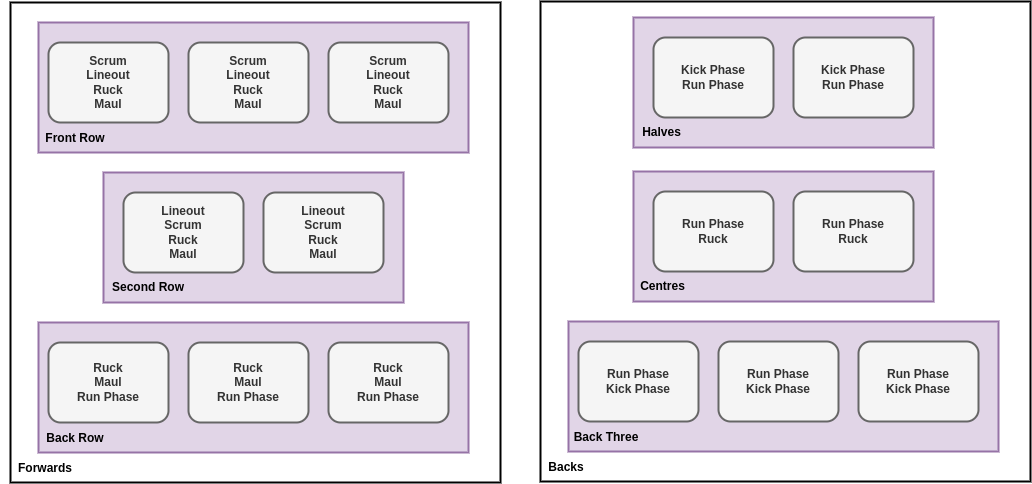
The draw.io diagram images/rugby-player-abilities.drawio.png in umbralcalc/worlds-of-observation, before a commit. Source tidied: cells renumbered, new cells last; positions are measured from the earlier drawing's top-left corner, leaving out a move shared by most shapes.
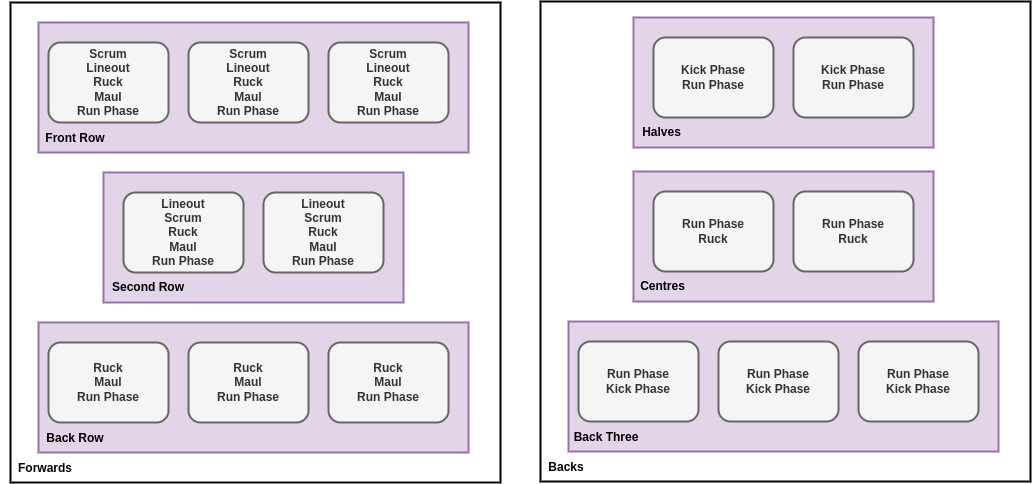
Later version of the same file.

What changed in the source:
```diff
@@ -11,13 +11,13 @@
     <mxCell id="4" value="&lt;b&gt;Front Row&lt;/b&gt;" style="text;html=1;strokeColor=none;fillColor=none;align=center;verticalAlign=middle;whiteSpace=wrap;rounded=0;" parent="1" vertex="1">
       <mxGeometry x="30" y="122" width="90" height="30" as="geometry" />
     </mxCell>
-    <mxCell id="5" value="&lt;b style=&quot;border-color: var(--border-color);&quot;&gt;Scrum&lt;br style=&quot;border-color: var(--border-color);&quot;&gt;Lineout&lt;br style=&quot;border-color: var(--border-color);&quot;&gt;Ruck&lt;br style=&quot;border-color: var(--border-color);&quot;&gt;Maul&lt;/b&gt;&lt;b&gt;&lt;br&gt;&lt;/b&gt;" style="rounded=1;whiteSpace=wrap;html=1;strokeWidth=2;fillColor=#f5f5f5;strokeColor=#666666;fontColor=#333333;" parent="1" vertex="1">
+    <mxCell id="5" value="&lt;b style=&quot;border-color: var(--border-color);&quot;&gt;Scrum&lt;br style=&quot;border-color: var(--border-color);&quot;&gt;Lineout&lt;br style=&quot;border-color: var(--border-color);&quot;&gt;Ruck&lt;br style=&quot;border-color: var(--border-color);&quot;&gt;Maul&lt;br&gt;&lt;/b&gt;&lt;b&gt;Run Phase&lt;br&gt;&lt;/b&gt;" style="rounded=1;whiteSpace=wrap;html=1;strokeWidth=2;fillColor=#f5f5f5;strokeColor=#666666;fontColor=#333333;" parent="1" vertex="1">
       <mxGeometry x="48" y="41" width="120" height="80" as="geometry" />
     </mxCell>
-    <mxCell id="6" value="&lt;b style=&quot;border-color: var(--border-color);&quot;&gt;&lt;b style=&quot;border-color: var(--border-color);&quot;&gt;Scrum&lt;br style=&quot;border-color: var(--border-color);&quot;&gt;Lineout&lt;br style=&quot;border-color: var(--border-color);&quot;&gt;Ruck&lt;br style=&quot;border-color: var(--border-color);&quot;&gt;Maul&lt;/b&gt;&lt;br&gt;&lt;/b&gt;" style="rounded=1;whiteSpace=wrap;html=1;strokeWidth=2;fillColor=#f5f5f5;strokeColor=#666666;fontColor=#333333;" parent="1" vertex="1">
+    <mxCell id="6" value="&lt;b style=&quot;border-color: var(--border-color);&quot;&gt;&lt;b style=&quot;border-color: var(--border-color);&quot;&gt;Scrum&lt;br style=&quot;border-color: var(--border-color);&quot;&gt;Lineout&lt;br style=&quot;border-color: var(--border-color);&quot;&gt;Ruck&lt;br style=&quot;border-color: var(--border-color);&quot;&gt;Maul&lt;br&gt;&lt;/b&gt;Run Phase&lt;br&gt;&lt;/b&gt;" style="rounded=1;whiteSpace=wrap;html=1;strokeWidth=2;fillColor=#f5f5f5;strokeColor=#666666;fontColor=#333333;" parent="1" vertex="1">
       <mxGeometry x="188" y="41" width="120" height="80" as="geometry" />
     </mxCell>
-    <mxCell id="7" value="&lt;b style=&quot;border-color: var(--border-color);&quot;&gt;&lt;b style=&quot;border-color: var(--border-color);&quot;&gt;Scrum&lt;br style=&quot;border-color: var(--border-color);&quot;&gt;Lineout&lt;br style=&quot;border-color: var(--border-color);&quot;&gt;Ruck&lt;br style=&quot;border-color: var(--border-color);&quot;&gt;Maul&lt;/b&gt;&lt;br&gt;&lt;/b&gt;" style="rounded=1;whiteSpace=wrap;html=1;strokeWidth=2;fillColor=#f5f5f5;strokeColor=#666666;fontColor=#333333;" parent="1" vertex="1">
+    <mxCell id="7" value="&lt;b style=&quot;border-color: var(--border-color);&quot;&gt;&lt;b style=&quot;border-color: var(--border-color);&quot;&gt;Scrum&lt;br style=&quot;border-color: var(--border-color);&quot;&gt;Lineout&lt;br style=&quot;border-color: var(--border-color);&quot;&gt;Ruck&lt;br style=&quot;border-color: var(--border-color);&quot;&gt;Maul&lt;br&gt;&lt;/b&gt;Run Phase&lt;br&gt;&lt;/b&gt;" style="rounded=1;whiteSpace=wrap;html=1;strokeWidth=2;fillColor=#f5f5f5;strokeColor=#666666;fontColor=#333333;" parent="1" vertex="1">
       <mxGeometry x="328" y="41" width="120" height="80" as="geometry" />
     </mxCell>
     <mxCell id="8" style="rounded=0;whiteSpace=wrap;html=1;fillColor=#e1d5e7;strokeColor=#9673a6;strokeWidth=2;" parent="1" vertex="1">
@@ -26,10 +26,10 @@
     <mxCell id="9" value="&lt;b&gt;Second Row&lt;/b&gt;" style="text;html=1;strokeColor=none;fillColor=none;align=center;verticalAlign=middle;whiteSpace=wrap;rounded=0;" parent="1" vertex="1">
       <mxGeometry x="103" y="271" width="90" height="30" as="geometry" />
     </mxCell>
-    <mxCell id="10" value="&lt;b style=&quot;border-color: var(--border-color);&quot;&gt;&lt;b style=&quot;border-color: var(--border-color);&quot;&gt;&lt;b style=&quot;border-color: var(--border-color);&quot;&gt;&lt;b style=&quot;border-color: var(--border-color);&quot;&gt;Lineout&lt;br style=&quot;border-color: var(--border-color);&quot;&gt;&lt;/b&gt;&lt;/b&gt;Scrum&lt;br style=&quot;border-color: var(--border-color);&quot;&gt;Ruck&lt;br style=&quot;border-color: var(--border-color);&quot;&gt;Maul&lt;/b&gt;&lt;br&gt;&lt;/b&gt;" style="rounded=1;whiteSpace=wrap;html=1;strokeWidth=2;fillColor=#f5f5f5;strokeColor=#666666;fontColor=#333333;" parent="1" vertex="1">
+    <mxCell id="10" value="&lt;b style=&quot;border-color: var(--border-color);&quot;&gt;&lt;b style=&quot;border-color: var(--border-color);&quot;&gt;&lt;b style=&quot;border-color: var(--border-color);&quot;&gt;&lt;b style=&quot;border-color: var(--border-color);&quot;&gt;Lineout&lt;br style=&quot;border-color: var(--border-color);&quot;&gt;&lt;/b&gt;&lt;/b&gt;Scrum&lt;br style=&quot;border-color: var(--border-color);&quot;&gt;Ruck&lt;br style=&quot;border-color: var(--border-color);&quot;&gt;Maul&lt;br&gt;&lt;/b&gt;Run Phase&lt;br&gt;&lt;/b&gt;" style="rounded=1;whiteSpace=wrap;html=1;strokeWidth=2;fillColor=#f5f5f5;strokeColor=#666666;fontColor=#333333;" parent="1" vertex="1">
       <mxGeometry x="123" y="191" width="120" height="80" as="geometry" />
     </mxCell>
-    <mxCell id="11" value="&lt;b style=&quot;border-color: var(--border-color);&quot;&gt;&lt;b style=&quot;border-color: var(--border-color);&quot;&gt;&lt;b style=&quot;border-color: var(--border-color);&quot;&gt;&lt;b style=&quot;border-color: var(--border-color);&quot;&gt;&lt;b style=&quot;border-color: var(--border-color);&quot;&gt;Lineout&lt;br style=&quot;border-color: var(--border-color);&quot;&gt;&lt;/b&gt;&lt;/b&gt;Scrum&lt;br style=&quot;border-color: var(--border-color);&quot;&gt;Ruck&lt;br style=&quot;border-color: var(--border-color);&quot;&gt;Maul&lt;/b&gt;&lt;/b&gt;&lt;br&gt;&lt;/b&gt;" style="rounded=1;whiteSpace=wrap;html=1;strokeWidth=2;fillColor=#f5f5f5;strokeColor=#666666;fontColor=#333333;" parent="1" vertex="1">
+    <mxCell id="11" value="&lt;b style=&quot;border-color: var(--border-color);&quot;&gt;&lt;b style=&quot;border-color: var(--border-color);&quot;&gt;&lt;b style=&quot;border-color: var(--border-color);&quot;&gt;&lt;b style=&quot;border-color: var(--border-color);&quot;&gt;&lt;b style=&quot;border-color: var(--border-color);&quot;&gt;Lineout&lt;br style=&quot;border-color: var(--border-color);&quot;&gt;&lt;/b&gt;&lt;/b&gt;Scrum&lt;br style=&quot;border-color: var(--border-color);&quot;&gt;Ruck&lt;br style=&quot;border-color: var(--border-color);&quot;&gt;Maul&lt;br&gt;&lt;/b&gt;&lt;/b&gt;Run Phase&lt;br&gt;&lt;/b&gt;" style="rounded=1;whiteSpace=wrap;html=1;strokeWidth=2;fillColor=#f5f5f5;strokeColor=#666666;fontColor=#333333;" parent="1" vertex="1">
       <mxGeometry x="263" y="191" width="120" height="80" as="geometry" />
     </mxCell>
     <mxCell id="12" style="rounded=0;whiteSpace=wrap;html=1;fillColor=#e1d5e7;strokeColor=#9673a6;strokeWidth=2;" parent="1" vertex="1">
```
